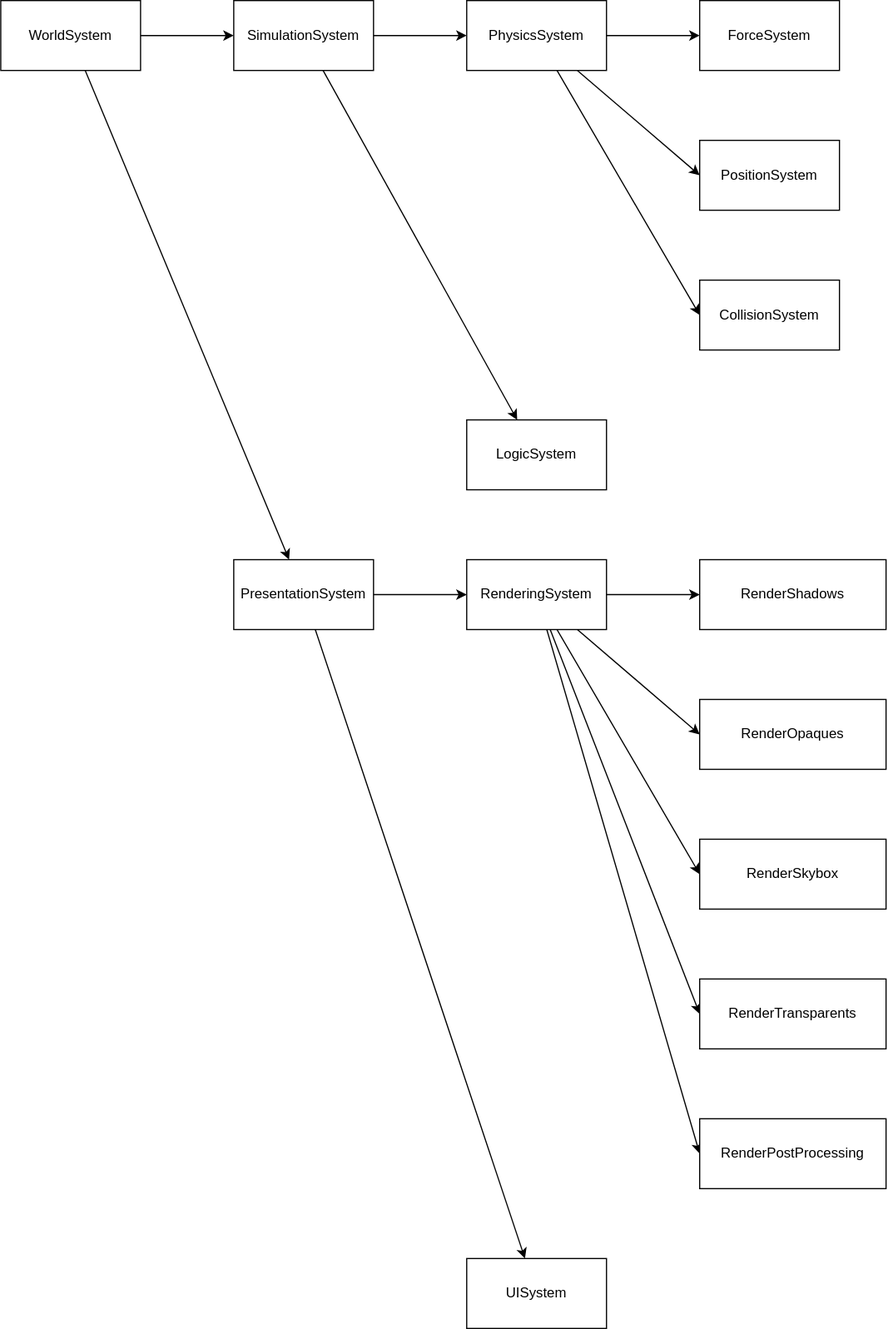
This is samples/MassSpring/README/循环流程.drawio.svg from BDFFZI/Gleam, a draw.io export, as it was before one commit. Source tidied: cells renumbered, new cells last; positions are measured from the earlier drawing's top-left corner, leaving out a move shared by most shapes. Source of this version:
```xml
<mxGraphModel>
  <root>
    <mxCell id="0" />
    <mxCell id="1" parent="0" />
    <mxCell id="2" style="edgeStyle=none;html=1;" parent="1" edge="1" source="4" target="10">
      <mxGeometry relative="1" as="geometry" />
    </mxCell>
    <mxCell id="3" style="edgeStyle=none;html=1;" parent="1" edge="1" source="4" target="7">
      <mxGeometry relative="1" as="geometry" />
    </mxCell>
    <mxCell id="4" value="WorldSystem" style="rounded=0;whiteSpace=wrap;html=1;" parent="1" vertex="1">
      <mxGeometry width="120" height="60" as="geometry" />
    </mxCell>
    <mxCell id="5" style="edgeStyle=none;html=1;" parent="1" edge="1" source="7" target="14">
      <mxGeometry relative="1" as="geometry" />
    </mxCell>
    <mxCell id="6" style="edgeStyle=none;html=1;" parent="1" edge="1" source="7" target="15">
      <mxGeometry relative="1" as="geometry" />
    </mxCell>
    <mxCell id="7" value="SimulationSystem&amp;nbsp;" style="rounded=0;whiteSpace=wrap;html=1;" parent="1" vertex="1">
      <mxGeometry x="200" width="120" height="60" as="geometry" />
    </mxCell>
    <mxCell id="8" style="edgeStyle=none;html=1;" parent="1" edge="1" source="10" target="21">
      <mxGeometry relative="1" as="geometry" />
    </mxCell>
    <mxCell id="9" style="edgeStyle=none;html=1;" parent="1" edge="1" source="10" target="22">
      <mxGeometry relative="1" as="geometry" />
    </mxCell>
    <mxCell id="10" value="PresentationSystem" style="rounded=0;whiteSpace=wrap;html=1;" parent="1" vertex="1">
      <mxGeometry x="200" y="480" width="120" height="60" as="geometry" />
    </mxCell>
    <mxCell id="11" style="edgeStyle=none;html=1;entryX=0;entryY=0.5;entryDx=0;entryDy=0;" parent="1" edge="1" source="14" target="25">
      <mxGeometry relative="1" as="geometry" />
    </mxCell>
    <mxCell id="12" style="edgeStyle=none;html=1;entryX=0;entryY=0.5;entryDx=0;entryDy=0;" parent="1" edge="1" source="14" target="24">
      <mxGeometry relative="1" as="geometry" />
    </mxCell>
    <mxCell id="13" style="edgeStyle=none;html=1;entryX=0;entryY=0.5;entryDx=0;entryDy=0;" parent="1" edge="1" source="14" target="23">
      <mxGeometry relative="1" as="geometry" />
    </mxCell>
    <mxCell id="14" value="PhysicsSystem" style="rounded=0;whiteSpace=wrap;html=1;" parent="1" vertex="1">
      <mxGeometry x="400" width="120" height="60" as="geometry" />
    </mxCell>
    <mxCell id="15" value="LogicSystem" style="rounded=0;whiteSpace=wrap;html=1;" parent="1" vertex="1">
      <mxGeometry x="400" y="360" width="120" height="60" as="geometry" />
    </mxCell>
    <mxCell id="16" style="edgeStyle=none;html=1;entryX=0;entryY=0.5;entryDx=0;entryDy=0;" parent="1" edge="1" source="21" target="26">
      <mxGeometry relative="1" as="geometry" />
    </mxCell>
    <mxCell id="17" style="edgeStyle=none;html=1;entryX=0;entryY=0.5;entryDx=0;entryDy=0;" parent="1" edge="1" source="21" target="27">
      <mxGeometry relative="1" as="geometry" />
    </mxCell>
    <mxCell id="18" style="edgeStyle=none;html=1;entryX=0;entryY=0.5;entryDx=0;entryDy=0;" parent="1" edge="1" source="21" target="28">
      <mxGeometry relative="1" as="geometry" />
    </mxCell>
    <mxCell id="19" style="edgeStyle=none;html=1;entryX=0;entryY=0.5;entryDx=0;entryDy=0;" parent="1" edge="1" source="21" target="29">
      <mxGeometry relative="1" as="geometry" />
    </mxCell>
    <mxCell id="20" style="edgeStyle=none;html=1;entryX=0;entryY=0.5;entryDx=0;entryDy=0;" parent="1" edge="1" source="21" target="30">
      <mxGeometry relative="1" as="geometry" />
    </mxCell>
    <mxCell id="21" value="RenderingSystem" style="rounded=0;whiteSpace=wrap;html=1;" parent="1" vertex="1">
      <mxGeometry x="400" y="480" width="120" height="60" as="geometry" />
    </mxCell>
    <mxCell id="22" value="UISystem" style="rounded=0;whiteSpace=wrap;html=1;" parent="1" vertex="1">
      <mxGeometry x="400" y="1080" width="120" height="60" as="geometry" />
    </mxCell>
    <mxCell id="23" value="ForceSystem" style="rounded=0;whiteSpace=wrap;html=1;" parent="1" vertex="1">
      <mxGeometry x="600" width="120" height="60" as="geometry" />
    </mxCell>
    <mxCell id="24" value="PositionSystem" style="rounded=0;whiteSpace=wrap;html=1;" parent="1" vertex="1">
      <mxGeometry x="600" y="120" width="120" height="60" as="geometry" />
    </mxCell>
    <mxCell id="25" value="CollisionSystem" style="rounded=0;whiteSpace=wrap;html=1;" parent="1" vertex="1">
      <mxGeometry x="600" y="240" width="120" height="60" as="geometry" />
    </mxCell>
    <mxCell id="26" value="RenderShadows" style="rounded=0;whiteSpace=wrap;html=1;" parent="1" vertex="1">
      <mxGeometry x="600" y="480" width="160" height="60" as="geometry" />
    </mxCell>
    <mxCell id="27" value="RenderOpaques" style="rounded=0;whiteSpace=wrap;html=1;" parent="1" vertex="1">
      <mxGeometry x="600" y="600" width="160" height="60" as="geometry" />
    </mxCell>
    <mxCell id="28" value="RenderSkybox" style="rounded=0;whiteSpace=wrap;html=1;" parent="1" vertex="1">
      <mxGeometry x="600" y="720" width="160" height="60" as="geometry" />
    </mxCell>
    <mxCell id="29" value="RenderTransparents" style="rounded=0;whiteSpace=wrap;html=1;" parent="1" vertex="1">
      <mxGeometry x="600" y="840" width="160" height="60" as="geometry" />
    </mxCell>
    <mxCell id="30" value="RenderPostProcessing" style="rounded=0;whiteSpace=wrap;html=1;" parent="1" vertex="1">
      <mxGeometry x="600" y="960" width="160" height="60" as="geometry" />
    </mxCell>
  </root>
</mxGraphModel>
```
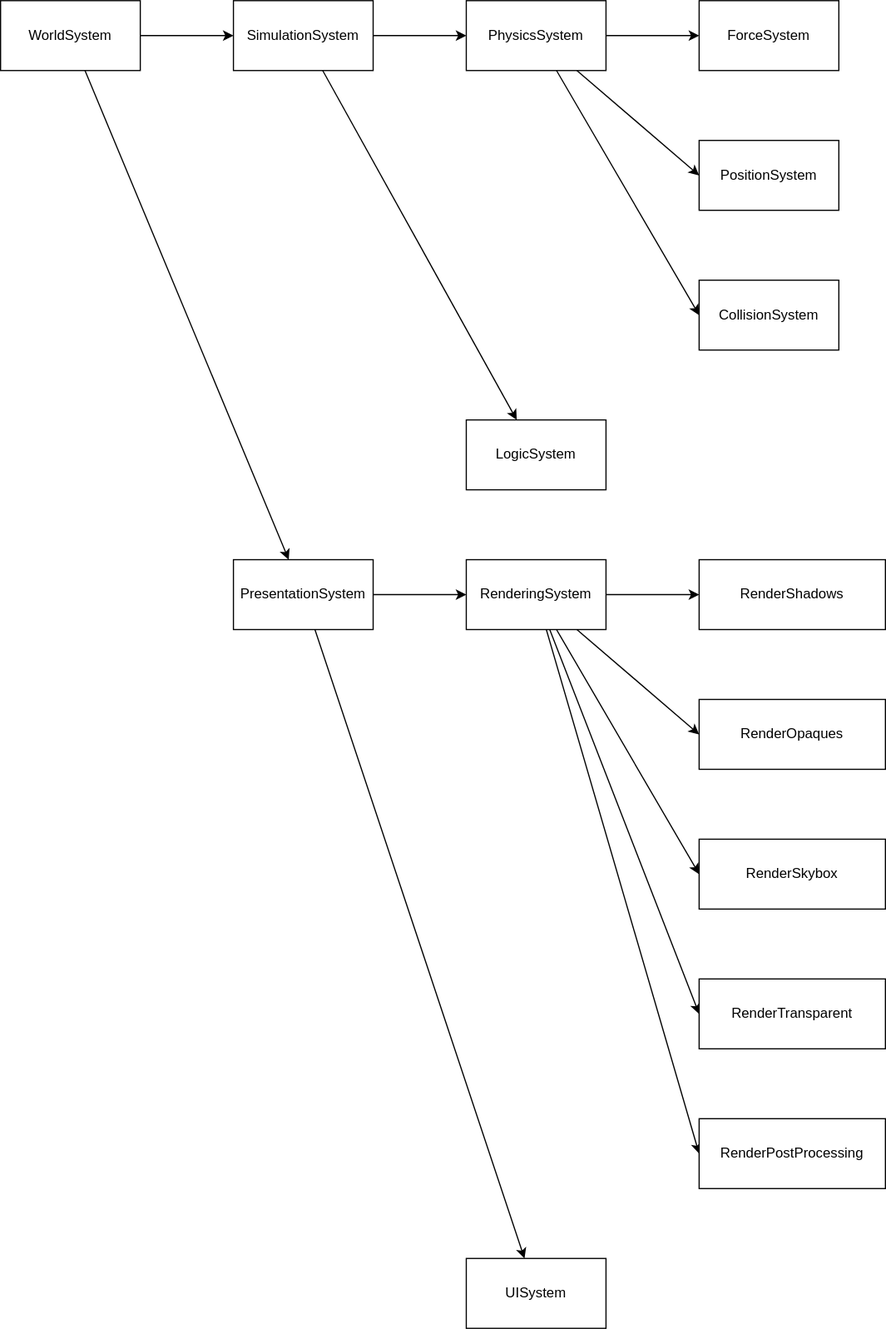
After the commit.

The edit, as a diff of the source:
```diff
@@ -83,7 +83,7 @@
     <mxCell id="28" value="RenderSkybox" style="rounded=0;whiteSpace=wrap;html=1;" parent="1" vertex="1">
       <mxGeometry x="600" y="720" width="160" height="60" as="geometry" />
     </mxCell>
-    <mxCell id="29" value="RenderTransparents" style="rounded=0;whiteSpace=wrap;html=1;" parent="1" vertex="1">
+    <mxCell id="29" value="RenderTransparent" style="rounded=0;whiteSpace=wrap;html=1;" parent="1" vertex="1">
       <mxGeometry x="600" y="840" width="160" height="60" as="geometry" />
     </mxCell>
     <mxCell id="30" value="RenderPostProcessing" style="rounded=0;whiteSpace=wrap;html=1;" parent="1" vertex="1">
```
